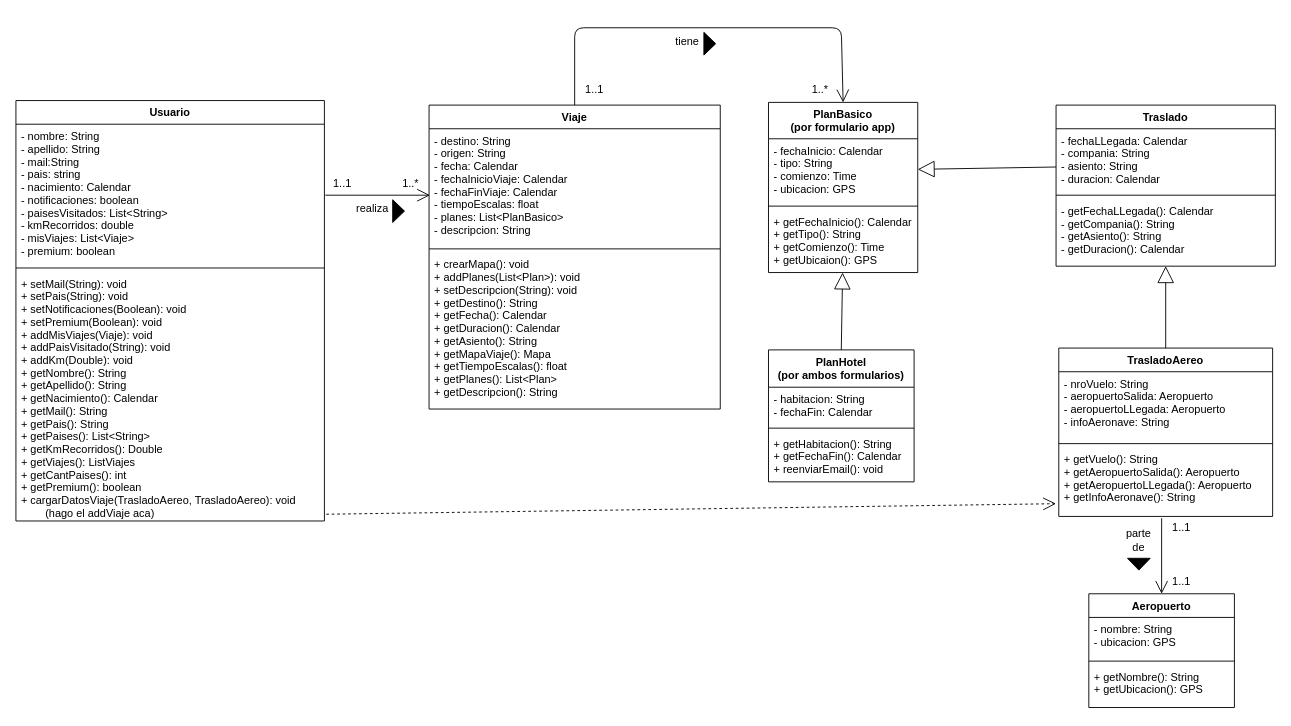
Before: DClasesTPE.drawio in maurogalvan/Grupo-13-Metodologia, a draw.io diagram. Source tidied: cells renumbered, new cells numbered last; positions are measured from the earlier drawing's top-left corner, leaving out a move shared by most shapes. Both pictures are drawn from the tidied source at 91%, with x=0, y=0 at pixel (15, 27).
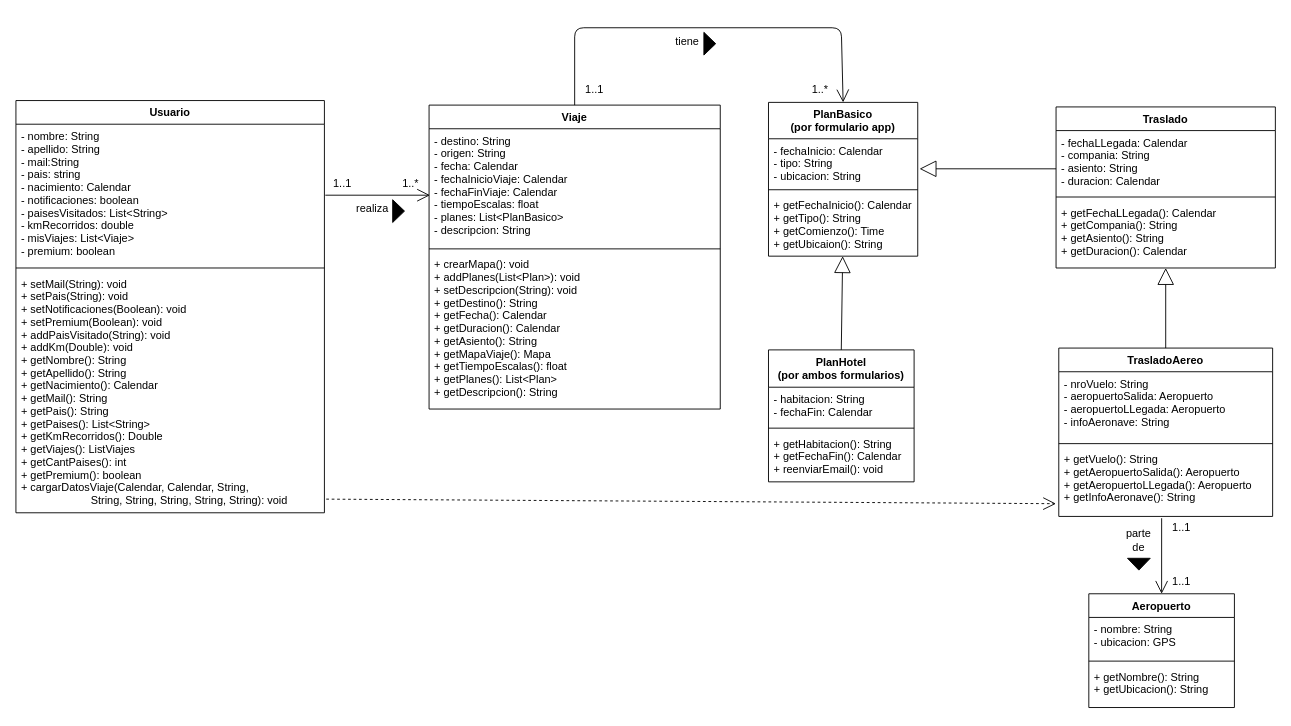
The same diagram, later.

The change refers to these unchanged cells:
```xml
<mxCell id="17" value="+ getVuelo(): String&#10;+ getAeropuertoSalida(): Aeropuerto&#10;+ getAeropuertoLLegada(): Aeropuerto&#10;+ getInfoAeronave(): String" style="text;strokeColor=none;fillColor=none;align=left;verticalAlign=top;spacingLeft=4;spacingRight=4;overflow=hidden;points=[[0,0.5],[1,0.5]];portConstraint=eastwest;" parent="14" vertex="1">
  <mxGeometry y="109" width="235" height="76" as="geometry" />
</mxCell>
<mxCell id="41" value="Aeropuerto" style="swimlane;fontStyle=1;align=center;verticalAlign=top;horizontal=1;startSize=26;" parent="1" vertex="1">
  <mxGeometry x="1179" y="622" width="160" height="125" as="geometry" />
</mxCell>
```

Diff of the diagram source:
```diff
@@
     <mxCell id="2" value="PlanBasico&#10;(por formulario app)" style="swimlane;fontStyle=1;align=center;verticalAlign=top;horizontal=1;startSize=40;" parent="1" vertex="1">
-      <mxGeometry x="827" y="82" width="164" height="187" as="geometry" />
+      <mxGeometry x="827" y="82" width="164" height="169" as="geometry" />
     </mxCell>
-    <mxCell id="3" value="- fechaInicio: Calendar&#10;- tipo: String&#10;- comienzo: Time&#10;- ubicacion: GPS&#10;" style="text;strokeColor=none;fillColor=none;align=left;verticalAlign=top;spacingLeft=4;spacingRight=4;overflow=hidden;points=[[0,0.5],[1,0.5]];portConstraint=eastwest;" parent="2" vertex="1">
-      <mxGeometry y="40" width="164" height="70" as="geometry" />
+    <mxCell id="3" value="- fechaInicio: Calendar&#10;- tipo: String&#10;- ubicacion: String&#10;" style="text;strokeColor=none;fillColor=none;align=left;verticalAlign=top;spacingLeft=4;spacingRight=4;overflow=hidden;points=[[0,0.5],[1,0.5]];portConstraint=eastwest;" parent="2" vertex="1">
+      <mxGeometry y="40" width="164" height="52" as="geometry" />
     </mxCell>
     <mxCell id="4" style="line;strokeWidth=1;fillColor=none;align=left;verticalAlign=middle;spacingTop=-1;spacingLeft=3;spacingRight=3;labelPosition=right;" parent="2" vertex="1">
-      <mxGeometry y="110" width="164" height="8" as="geometry" />
+      <mxGeometry y="92" width="164" height="8" as="geometry" />
     </mxCell>
-    <mxCell id="5" value="+ getFechaInicio(): Calendar&#10;+ getTipo(): String&#10;+ getComienzo(): Time&#10;+ getUbicaion(): GPS" style="text;strokeColor=none;fillColor=none;align=left;verticalAlign=top;spacingLeft=4;spacingRight=4;overflow=hidden;points=[[0,0.5],[1,0.5]];portConstraint=eastwest;" parent="2" vertex="1">
-      <mxGeometry y="118" width="164" height="69" as="geometry" />
+    <mxCell id="5" value="+ getFechaInicio(): Calendar&#10;+ getTipo(): String&#10;+ getComienzo(): Time&#10;+ getUbicaion(): String" style="text;strokeColor=none;fillColor=none;align=left;verticalAlign=top;spacingLeft=4;spacingRight=4;overflow=hidden;points=[[0,0.5],[1,0.5]];portConstraint=eastwest;" parent="2" vertex="1">
+      <mxGeometry y="100" width="164" height="69" as="geometry" />
     </mxCell>
@@
-    <mxCell id="10" value="Traslado" style="swimlane;fontStyle=1;align=center;verticalAlign=top;horizontal=1;startSize=26;" parent="1" vertex="1">
-      <mxGeometry x="1143" y="85" width="241" height="177" as="geometry" />
-    </mxCell>
-    <mxCell id="11" value="- fechaLLegada: Calendar&#10;- compania: String&#10;- asiento: String&#10;- duracion: Calendar&#10;" style="text;strokeColor=none;fillColor=none;align=left;verticalAlign=top;spacingLeft=4;spacingRight=4;overflow=hidden;points=[[0,0.5],[1,0.5]];portConstraint=eastwest;" parent="10" vertex="1">
-      <mxGeometry y="26" width="241" height="69" as="geometry" />
-    </mxCell>
-    <mxCell id="12" style="line;strokeWidth=1;fillColor=none;align=left;verticalAlign=middle;spacingTop=-1;spacingLeft=3;spacingRight=3;labelPosition=right;" parent="10" vertex="1">
-      <mxGeometry y="95" width="241" height="8" as="geometry" />
-    </mxCell>
-    <mxCell id="13" value="- getFechaLLegada(): Calendar&#10;- getCompania(): String&#10;- getAsiento(): String&#10;- getDuracion(): Calendar" style="text;strokeColor=none;fillColor=none;align=left;verticalAlign=top;spacingLeft=4;spacingRight=4;overflow=hidden;points=[[0,0.5],[1,0.5]];portConstraint=eastwest;" parent="10" vertex="1">
-      <mxGeometry y="103" width="241" height="74" as="geometry" />
-    </mxCell>
@@
-    <mxCell id="20" style="endArrow=block;endSize=16;endFill=0;html=1;exitX=0;exitY=0.609;exitDx=0;exitDy=0;exitPerimeter=0;" parent="1" edge="1" source="11" target="3">
-      <mxGeometry relative="1" as="geometry" />
+    <mxCell id="20" style="endArrow=block;endSize=16;endFill=0;html=1;exitX=0;exitY=0.609;exitDx=0;exitDy=0;exitPerimeter=0;" parent="1" edge="1" source="11">
+      <mxGeometry relative="1" as="geometry">
+        <mxPoint x="993" y="155" as="targetPoint" />
+      </mxGeometry>
     </mxCell>
@@
     <mxCell id="35" value="Usuario" style="swimlane;fontStyle=1;align=center;verticalAlign=top;horizontal=1;startSize=26;" parent="1" vertex="1">
-      <mxGeometry y="80" width="339" height="462" as="geometry" />
+      <mxGeometry y="80" width="339" height="453" as="geometry" />
     </mxCell>
@@
-    <mxCell id="38" value="+ setMail(String): void&#10;+ setPais(String): void&#10;+ setNotificaciones(Boolean): void&#10;+ setPremium(Boolean): void&#10;+ addMisViajes(Viaje): void&#10;+ addPaisVisitado(String): void  &#10;+ addKm(Double): void&#10;+ getNombre(): String&#10;+ getApellido(): String&#10;+ getNacimiento(): Calendar&#10;+ getMail(): String&#10;+ getPais(): String&#10;+ getPaises(): List&lt;String&gt;&#10;+ getKmRecorridos(): Double&#10;+ getViajes(): ListViajes&#10;+ getCantPaises(): int&#10;+ getPremium(): boolean&#10;+ cargarDatosViaje(TrasladoAereo, TrasladoAereo): void&#10;        (hago el addViaje aca)&#10;" style="text;strokeColor=none;fillColor=none;align=left;verticalAlign=top;spacingLeft=4;spacingRight=4;overflow=hidden;points=[[0,0.5],[1,0.5]];portConstraint=eastwest;" parent="35" vertex="1">
-      <mxGeometry y="188" width="339" height="274" as="geometry" />
+    <mxCell id="38" value="+ setMail(String): void&#10;+ setPais(String): void&#10;+ setNotificaciones(Boolean): void&#10;+ setPremium(Boolean): void&#10;+ addPaisVisitado(String): void  &#10;+ addKm(Double): void&#10;+ getNombre(): String&#10;+ getApellido(): String&#10;+ getNacimiento(): Calendar&#10;+ getMail(): String&#10;+ getPais(): String&#10;+ getPaises(): List&lt;String&gt;&#10;+ getKmRecorridos(): Double&#10;+ getViajes(): ListViajes&#10;+ getCantPaises(): int&#10;+ getPremium(): boolean&#10;+ cargarDatosViaje(Calendar, Calendar, String,&#10;                       String, String, String, String, String): void&#10;" style="text;strokeColor=none;fillColor=none;align=left;verticalAlign=top;spacingLeft=4;spacingRight=4;overflow=hidden;points=[[0,0.5],[1,0.5]];portConstraint=eastwest;" parent="35" vertex="1">
+      <mxGeometry y="188" width="339" height="265" as="geometry" />
     </mxCell>
-    <mxCell id="39" style="endArrow=open;endSize=12;dashed=1;html=1;exitX=1.006;exitY=0.973;exitDx=0;exitDy=0;exitPerimeter=0;entryX=-0.013;entryY=0.816;entryDx=0;entryDy=0;entryPerimeter=0;" parent="1" edge="1" source="38" target="17">
-      <mxGeometry relative="1" as="geometry" />
+    <mxCell id="39" style="endArrow=open;endSize=12;dashed=1;html=1;entryX=-0.013;entryY=0.816;entryDx=0;entryDy=0;entryPerimeter=0;" parent="1" edge="1" target="17">
+      <mxGeometry relative="1" as="geometry">
+        <mxPoint x="341" y="518" as="sourcePoint" />
+      </mxGeometry>
     </mxCell>
@@
+    <mxCell id="10" value="Traslado" style="swimlane;fontStyle=1;align=center;verticalAlign=top;horizontal=1;startSize=26;" parent="1" vertex="1">
+      <mxGeometry x="1143" y="87" width="241" height="177" as="geometry" />
+    </mxCell>
+    <mxCell id="11" value="- fechaLLegada: Calendar&#10;- compania: String&#10;- asiento: String&#10;- duracion: Calendar&#10;" style="text;strokeColor=none;fillColor=none;align=left;verticalAlign=top;spacingLeft=4;spacingRight=4;overflow=hidden;points=[[0,0.5],[1,0.5]];portConstraint=eastwest;" parent="10" vertex="1">
+      <mxGeometry y="26" width="241" height="69" as="geometry" />
+    </mxCell>
+    <mxCell id="12" style="line;strokeWidth=1;fillColor=none;align=left;verticalAlign=middle;spacingTop=-1;spacingLeft=3;spacingRight=3;labelPosition=right;" parent="10" vertex="1">
+      <mxGeometry y="95" width="241" height="8" as="geometry" />
+    </mxCell>
+    <mxCell id="13" value="+ getFechaLLegada(): Calendar&#10;+ getCompania(): String&#10;+ getAsiento(): String&#10;+ getDuracion(): Calendar" style="text;strokeColor=none;fillColor=none;align=left;verticalAlign=top;spacingLeft=4;spacingRight=4;overflow=hidden;points=[[0,0.5],[1,0.5]];portConstraint=eastwest;" parent="10" vertex="1">
+      <mxGeometry y="103" width="241" height="74" as="geometry" />
+    </mxCell>
@@
-    <mxCell id="44" value="+ getNombre(): String&#10;+ getUbicacion(): GPS" style="text;strokeColor=none;fillColor=none;align=left;verticalAlign=top;spacingLeft=4;spacingRight=4;overflow=hidden;" parent="41" vertex="1">
+    <mxCell id="44" value="+ getNombre(): String&#10;+ getUbicacion(): String" style="text;strokeColor=none;fillColor=none;align=left;verticalAlign=top;spacingLeft=4;spacingRight=4;overflow=hidden;" parent="41" vertex="1">
       <mxGeometry y="78" width="160" height="47" as="geometry" />
     </mxCell>
```
